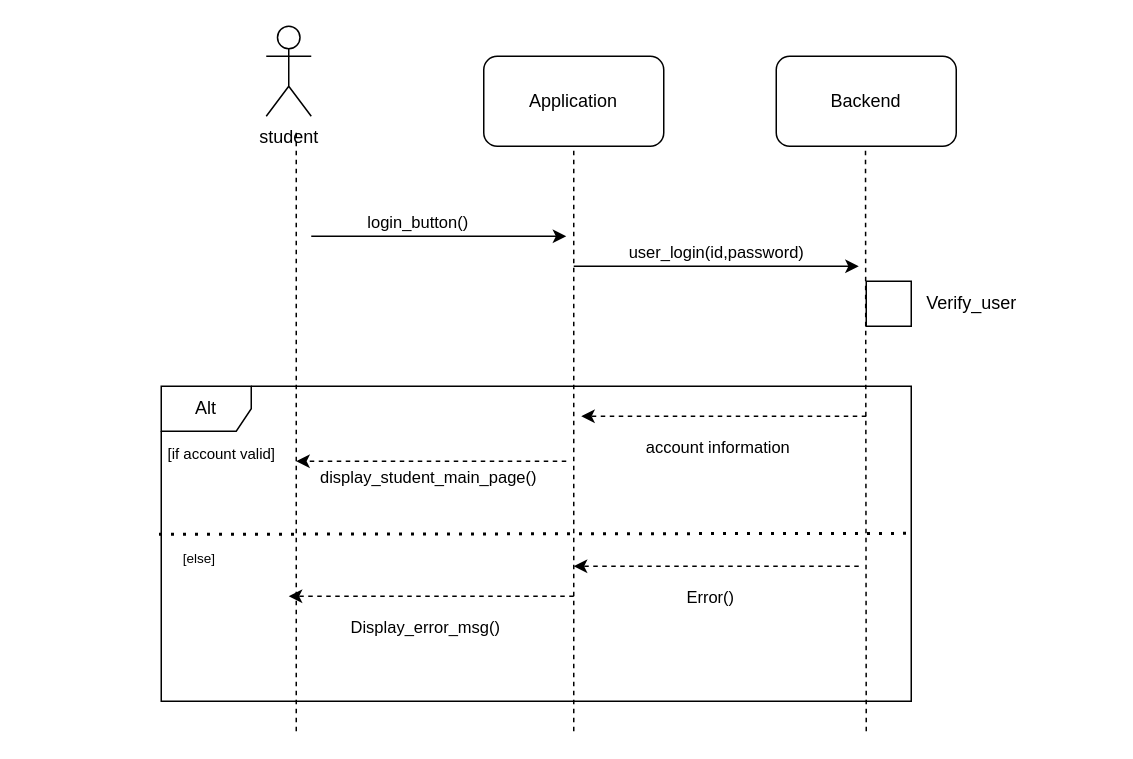
Earlier version of the draw.io diagram page "Log-in" (2 of 7) of Untitled Diagram.drawio (sarraGhali/Drone-parking-system). Source tidied: cells renumbered, new cells numbered last; positions are measured from the earlier drawing's top-left corner, leaving out a move shared by most shapes. Both pictures are drawn from the tidied source at 150%, with x=0, y=0 at pixel (146, 26).
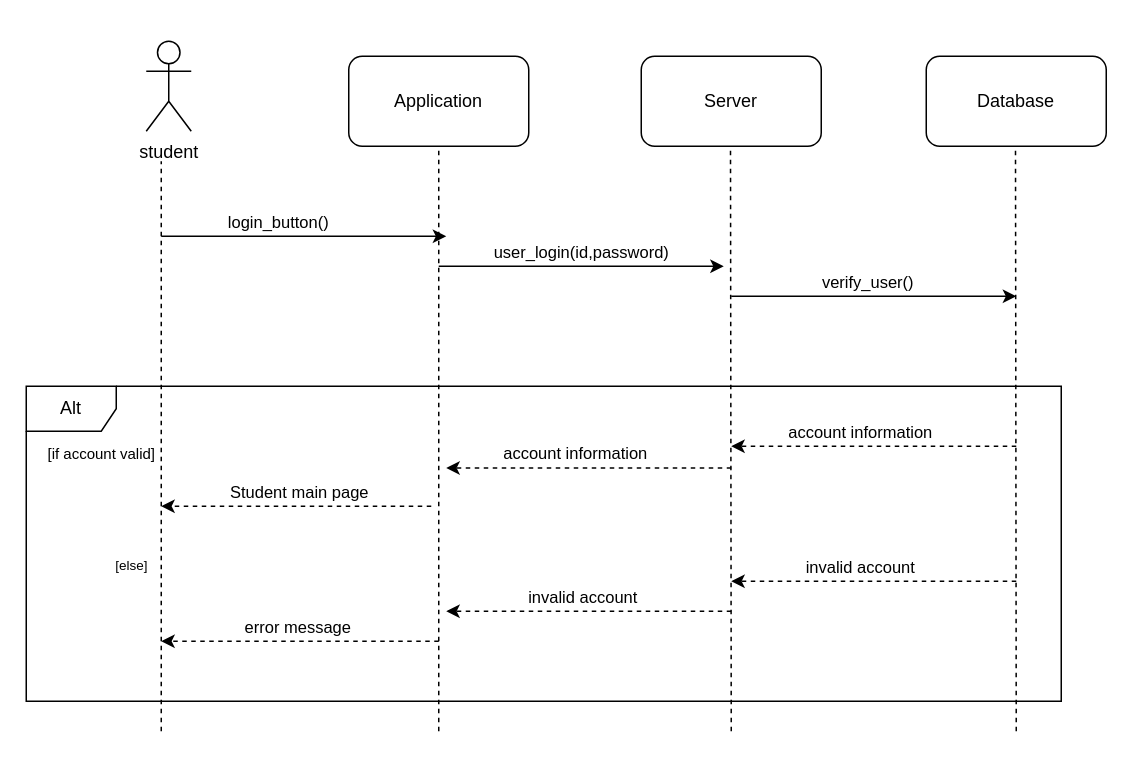
The same diagram, later.

Change to the diagram source:
```diff
@@
     <mxCell id="2" value="Application" style="rounded=1;whiteSpace=wrap;html=1;" parent="1" vertex="1">
-      <mxGeometry x="225" y="20" width="120" height="60" as="geometry" />
+      <mxGeometry x="135" y="20" width="120" height="60" as="geometry" />
     </mxCell>
-    <mxCell id="3" value="Backend" style="rounded=1;whiteSpace=wrap;html=1;" parent="1" vertex="1">
-      <mxGeometry x="420" y="20" width="120" height="60" as="geometry" />
+    <mxCell id="3" value="Server" style="rounded=1;whiteSpace=wrap;html=1;" parent="1" vertex="1">
+      <mxGeometry x="330" y="20" width="120" height="60" as="geometry" />
     </mxCell>
     <mxCell id="4" style="endArrow=none;dashed=1;html=1;rounded=0;" parent="1" edge="1">
       <mxGeometry relative="1" as="geometry">
-        <mxPoint x="100" y="470" as="sourcePoint" />
-        <mxPoint x="100" y="70" as="targetPoint" />
+        <mxPoint x="10" y="470" as="sourcePoint" />
+        <mxPoint x="10" y="90" as="targetPoint" />
       </mxGeometry>
     </mxCell>
     <mxCell id="5" value="student" style="shape=umlActor;verticalLabelPosition=bottom;verticalAlign=top;html=1;" parent="1" vertex="1">
-      <mxGeometry x="80" width="30" height="60" as="geometry" />
+      <mxGeometry y="10" width="30" height="60" as="geometry" />
     </mxCell>
     <mxCell id="6" style="endArrow=none;dashed=1;html=1;rounded=0;" parent="1" edge="1">
       <mxGeometry relative="1" as="geometry">
-        <mxPoint x="285" y="470" as="sourcePoint" />
-        <mxPoint x="285" y="80" as="targetPoint" />
+        <mxPoint x="195" y="470" as="sourcePoint" />
+        <mxPoint x="195" y="80" as="targetPoint" />
       </mxGeometry>
     </mxCell>
     <mxCell id="7" style="endArrow=none;dashed=1;html=1;rounded=0;" parent="1" edge="1">
       <mxGeometry relative="1" as="geometry">
-        <mxPoint x="480" y="470" as="sourcePoint" />
-        <mxPoint x="479.5" y="80" as="targetPoint" />
+        <mxPoint x="390" y="470" as="sourcePoint" />
+        <mxPoint x="389.5" y="80" as="targetPoint" />
       </mxGeometry>
     </mxCell>
     <mxCell id="8" style="endArrow=classic;html=1;rounded=0;" parent="1" edge="1">
       <mxGeometry relative="1" as="geometry">
-        <mxPoint x="110" y="140" as="sourcePoint" />
-        <mxPoint x="280" y="140" as="targetPoint" />
+        <mxPoint x="10" y="140" as="sourcePoint" />
+        <mxPoint x="200" y="140" as="targetPoint" />
       </mxGeometry>
     </mxCell>
@@
     <mxCell id="10" style="endArrow=classic;html=1;rounded=0;" parent="1" edge="1">
       <mxGeometry relative="1" as="geometry">
-        <mxPoint x="285" y="160" as="sourcePoint" />
-        <mxPoint x="475" y="160" as="targetPoint" />
+        <mxPoint x="195" y="160" as="sourcePoint" />
+        <mxPoint x="385" y="160" as="targetPoint" />
       </mxGeometry>
     </mxCell>
@@
     <mxCell id="12" value="Alt" style="shape=umlFrame;whiteSpace=wrap;html=1;fontSize=12;" parent="1" vertex="1">
-      <mxGeometry x="10" y="240" width="500" height="210" as="geometry" />
+      <mxGeometry x="-80" y="240" width="690" height="210" as="geometry" />
     </mxCell>
-    <mxCell id="13" style="rounded=0;whiteSpace=wrap;html=1;fontSize=12;" parent="1" vertex="1">
-      <mxGeometry x="480" y="170" width="30" height="30" as="geometry" />
-    </mxCell>
-    <mxCell id="14" value="Verify_user" style="text;html=1;align=center;verticalAlign=middle;strokeColor=none;fillColor=none;fontSize=12;" parent="1" vertex="1">
-      <mxGeometry x="510" y="170" width="80" height="30" as="geometry" />
-    </mxCell>
-    <mxCell id="15" style="endArrow=none;dashed=1;html=1;dashPattern=1 3;strokeWidth=2;rounded=0;fontSize=12;entryX=1.002;entryY=0.467;entryDx=0;entryDy=0;entryPerimeter=0;exitX=-0.003;exitY=0.47;exitDx=0;exitDy=0;exitPerimeter=0;" parent="1" edge="1" source="12" target="12">
-      <mxGeometry relative="1" as="geometry" />
-    </mxCell>
     <mxCell id="16" value="[if account valid]" style="text;html=1;align=center;verticalAlign=middle;strokeColor=none;fillColor=none;fontSize=10;" parent="1" vertex="1">
-      <mxGeometry y="270" width="100" height="30" as="geometry" />
+      <mxGeometry x="-80" y="270" width="100" height="30" as="geometry" />
     </mxCell>
     <mxCell id="17" value="[else]" style="text;html=1;align=center;verticalAlign=middle;strokeColor=none;fillColor=none;fontSize=9;" parent="1" vertex="1">
-      <mxGeometry x="15" y="345" width="40" height="20" as="geometry" />
+      <mxGeometry x="-30" y="350" width="40" height="20" as="geometry" />
     </mxCell>
     <mxCell id="18" style="endArrow=classic;html=1;rounded=0;fontSize=11;dashed=1;" parent="1" edge="1">
       <mxGeometry relative="1" as="geometry">
-        <mxPoint x="480" y="260" as="sourcePoint" />
-        <mxPoint x="290" y="260" as="targetPoint" />
+        <mxPoint x="390" y="294.5" as="sourcePoint" />
+        <mxPoint x="200" y="294.5" as="targetPoint" />
       </mxGeometry>
     </mxCell>
     <mxCell id="19" value="account information" style="edgeLabel;html=1;align=center;verticalAlign=middle;fontSize=11;" parent="18" vertex="1">
       <mxGeometry x="0.1" y="-2" relative="1" as="geometry">
-        <mxPoint x="5" y="22" as="offset" />
+        <mxPoint y="-8" as="offset" />
       </mxGeometry>
     </mxCell>
     <mxCell id="20" style="endArrow=classic;html=1;rounded=0;fontSize=11;dashed=1;" parent="1" edge="1">
       <mxGeometry relative="1" as="geometry">
-        <mxPoint x="280" y="290" as="sourcePoint" />
-        <mxPoint x="100" y="290" as="targetPoint" />
+        <mxPoint x="190" y="320" as="sourcePoint" />
+        <mxPoint x="10" y="320" as="targetPoint" />
       </mxGeometry>
     </mxCell>
-    <mxCell id="21" value="display_student_main_page()" style="edgeLabel;html=1;align=center;verticalAlign=middle;fontSize=11;" parent="20" vertex="1">
+    <mxCell id="21" value="Student main page" style="edgeLabel;html=1;align=center;verticalAlign=middle;fontSize=11;" parent="20" vertex="1">
       <mxGeometry x="0.28" y="2" relative="1" as="geometry">
-        <mxPoint x="22" y="8" as="offset" />
+        <mxPoint x="26" y="-12" as="offset" />
       </mxGeometry>
     </mxCell>
     <mxCell id="22" style="endArrow=classic;html=1;rounded=0;fontSize=11;dashed=1;" parent="1" edge="1">
       <mxGeometry relative="1" as="geometry">
-        <mxPoint x="475" y="360" as="sourcePoint" />
-        <mxPoint x="285" y="360" as="targetPoint" />
+        <mxPoint x="390" y="390" as="sourcePoint" />
+        <mxPoint x="200" y="390" as="targetPoint" />
       </mxGeometry>
     </mxCell>
-    <mxCell id="23" value="Error()" style="edgeLabel;html=1;align=center;verticalAlign=middle;fontSize=11;" parent="22" vertex="1">
+    <mxCell id="23" value="invalid account" style="edgeLabel;html=1;align=center;verticalAlign=middle;fontSize=11;" parent="22" vertex="1">
       <mxGeometry x="0.1" y="-2" relative="1" as="geometry">
-        <mxPoint x="5" y="22" as="offset" />
+        <mxPoint x="5" y="-8" as="offset" />
       </mxGeometry>
     </mxCell>
     <mxCell id="24" style="endArrow=classic;html=1;rounded=0;fontSize=11;dashed=1;" parent="1" edge="1">
       <mxGeometry relative="1" as="geometry">
-        <mxPoint x="285" y="380" as="sourcePoint" />
-        <mxPoint x="95" y="380" as="targetPoint" />
+        <mxPoint x="195" y="410" as="sourcePoint" />
+        <mxPoint x="10" y="410" as="targetPoint" />
       </mxGeometry>
     </mxCell>
-    <mxCell id="25" value="Display_error_msg()" style="edgeLabel;html=1;align=center;verticalAlign=middle;fontSize=11;" parent="24" vertex="1">
+    <mxCell id="25" value="error message" style="edgeLabel;html=1;align=center;verticalAlign=middle;fontSize=11;" parent="24" vertex="1">
       <mxGeometry x="0.1" y="-2" relative="1" as="geometry">
-        <mxPoint x="5" y="22" as="offset" />
+        <mxPoint x="7" y="-8" as="offset" />
       </mxGeometry>
     </mxCell>
+    <mxCell id="26" value="Database" style="rounded=1;whiteSpace=wrap;html=1;" parent="1" vertex="1">
+      <mxGeometry x="520" y="20" width="120" height="60" as="geometry" />
+    </mxCell>
+    <mxCell id="27" style="endArrow=none;dashed=1;html=1;rounded=0;" parent="1" edge="1">
+      <mxGeometry relative="1" as="geometry">
+        <mxPoint x="580" y="470" as="sourcePoint" />
+        <mxPoint x="579.5" y="80" as="targetPoint" />
+      </mxGeometry>
+    </mxCell>
+    <mxCell id="28" style="endArrow=classic;html=1;rounded=0;" parent="1" edge="1">
+      <mxGeometry relative="1" as="geometry">
+        <mxPoint x="390" y="180" as="sourcePoint" />
+        <mxPoint x="580" y="180" as="targetPoint" />
+      </mxGeometry>
+    </mxCell>
+    <mxCell id="29" value="verify_user()" style="edgeLabel;html=1;align=center;verticalAlign=middle;" parent="28" vertex="1">
+      <mxGeometry x="-0.27" y="-1" relative="1" as="geometry">
+        <mxPoint x="21" y="-11" as="offset" />
+      </mxGeometry>
+    </mxCell>
+    <mxCell id="30" style="endArrow=classic;html=1;rounded=0;fontSize=11;dashed=1;" parent="1" edge="1">
+      <mxGeometry relative="1" as="geometry">
+        <mxPoint x="580" y="280" as="sourcePoint" />
+        <mxPoint x="390" y="280" as="targetPoint" />
+      </mxGeometry>
+    </mxCell>
+    <mxCell id="31" value="account information" style="edgeLabel;html=1;align=center;verticalAlign=middle;fontSize=11;" parent="30" vertex="1">
+      <mxGeometry x="0.1" y="-2" relative="1" as="geometry">
+        <mxPoint y="-8" as="offset" />
+      </mxGeometry>
+    </mxCell>
+    <mxCell id="32" style="endArrow=classic;html=1;rounded=0;fontSize=11;dashed=1;" parent="1" edge="1">
+      <mxGeometry relative="1" as="geometry">
+        <mxPoint x="580" y="370" as="sourcePoint" />
+        <mxPoint x="390" y="370" as="targetPoint" />
+      </mxGeometry>
+    </mxCell>
+    <mxCell id="33" value="invalid account" style="edgeLabel;html=1;align=center;verticalAlign=middle;fontSize=11;" parent="32" vertex="1">
+      <mxGeometry x="0.1" y="-2" relative="1" as="geometry">
+        <mxPoint y="-8" as="offset" />
+      </mxGeometry>
+    </mxCell>
```
